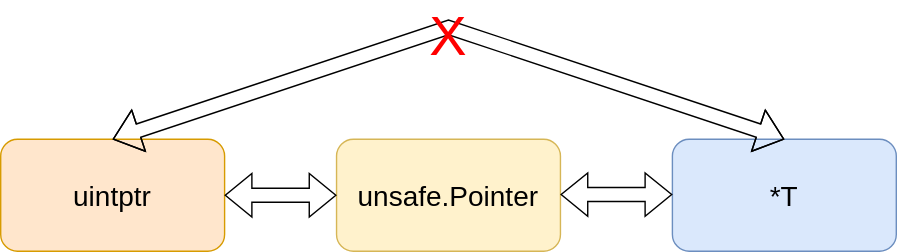
The draw.io diagram advance/doc/go_unsafe.svg in SuanCaiYv/GoBaseLearn, before a commit. Source tidied: cells renumbered, new cells last; positions are measured from the earlier drawing's top-left corner, leaving out a move shared by most shapes. Its diagram source:
```xml
<mxGraphModel>
  <root>
    <mxCell id="0" />
    <mxCell id="1" parent="0" />
    <mxCell id="2" value="&lt;font style=&quot;font-size: 20px&quot;&gt;unsafe.Pointer&lt;/font&gt;" style="rounded=1;whiteSpace=wrap;html=1;fillColor=#fff2cc;strokeColor=#d6b656;" parent="1" vertex="1">
      <mxGeometry x="240" y="90" width="160" height="80" as="geometry" />
    </mxCell>
    <mxCell id="3" value="&lt;font style=&quot;font-size: 20px&quot;&gt;*T&lt;br&gt;&lt;/font&gt;" style="rounded=1;whiteSpace=wrap;html=1;fillColor=#dae8fc;strokeColor=#6c8ebf;" parent="1" vertex="1">
      <mxGeometry x="480" y="90" width="160" height="80" as="geometry" />
    </mxCell>
    <mxCell id="4" value="&lt;font style=&quot;font-size: 20px&quot;&gt;uintptr&lt;/font&gt;" style="rounded=1;whiteSpace=wrap;html=1;fillColor=#ffe6cc;strokeColor=#d79b00;" parent="1" vertex="1">
      <mxGeometry y="90" width="160" height="80" as="geometry" />
    </mxCell>
    <mxCell id="5" style="shape=flexArrow;endArrow=classic;startArrow=classic;html=1;rounded=0;fontSize=20;exitX=1;exitY=0.5;exitDx=0;exitDy=0;entryX=0;entryY=0.5;entryDx=0;entryDy=0;" parent="1" edge="1" source="4" target="2">
      <mxGeometry relative="1" as="geometry" />
    </mxCell>
    <mxCell id="6" style="shape=flexArrow;endArrow=classic;startArrow=classic;html=1;rounded=0;fontSize=20;exitX=1;exitY=0.5;exitDx=0;exitDy=0;entryX=0;entryY=0.5;entryDx=0;entryDy=0;" parent="1" edge="1">
      <mxGeometry relative="1" as="geometry">
        <mxPoint x="400" y="129.5" as="sourcePoint" />
        <mxPoint x="480" y="129.5" as="targetPoint" />
      </mxGeometry>
    </mxCell>
    <mxCell id="7" style="shape=flexArrow;endArrow=classic;startArrow=classic;html=1;rounded=0;fontSize=20;exitX=0.5;exitY=0;exitDx=0;exitDy=0;entryX=0.5;entryY=0;entryDx=0;entryDy=0;" parent="1" edge="1" source="4" target="3">
      <mxGeometry relative="1" as="geometry">
        <Array as="points">
          <mxPoint x="320" y="10" />
        </Array>
      </mxGeometry>
    </mxCell>
    <mxCell id="8" value="&lt;font style=&quot;font-size: 40px&quot; color=&quot;#ff0000&quot;&gt;X&lt;/font&gt;" style="text;html=1;strokeColor=none;fillColor=none;align=center;verticalAlign=middle;whiteSpace=wrap;rounded=0;fontSize=20;" parent="1" vertex="1">
      <mxGeometry x="290" width="60" height="30" as="geometry" />
    </mxCell>
  </root>
</mxGraphModel>
```
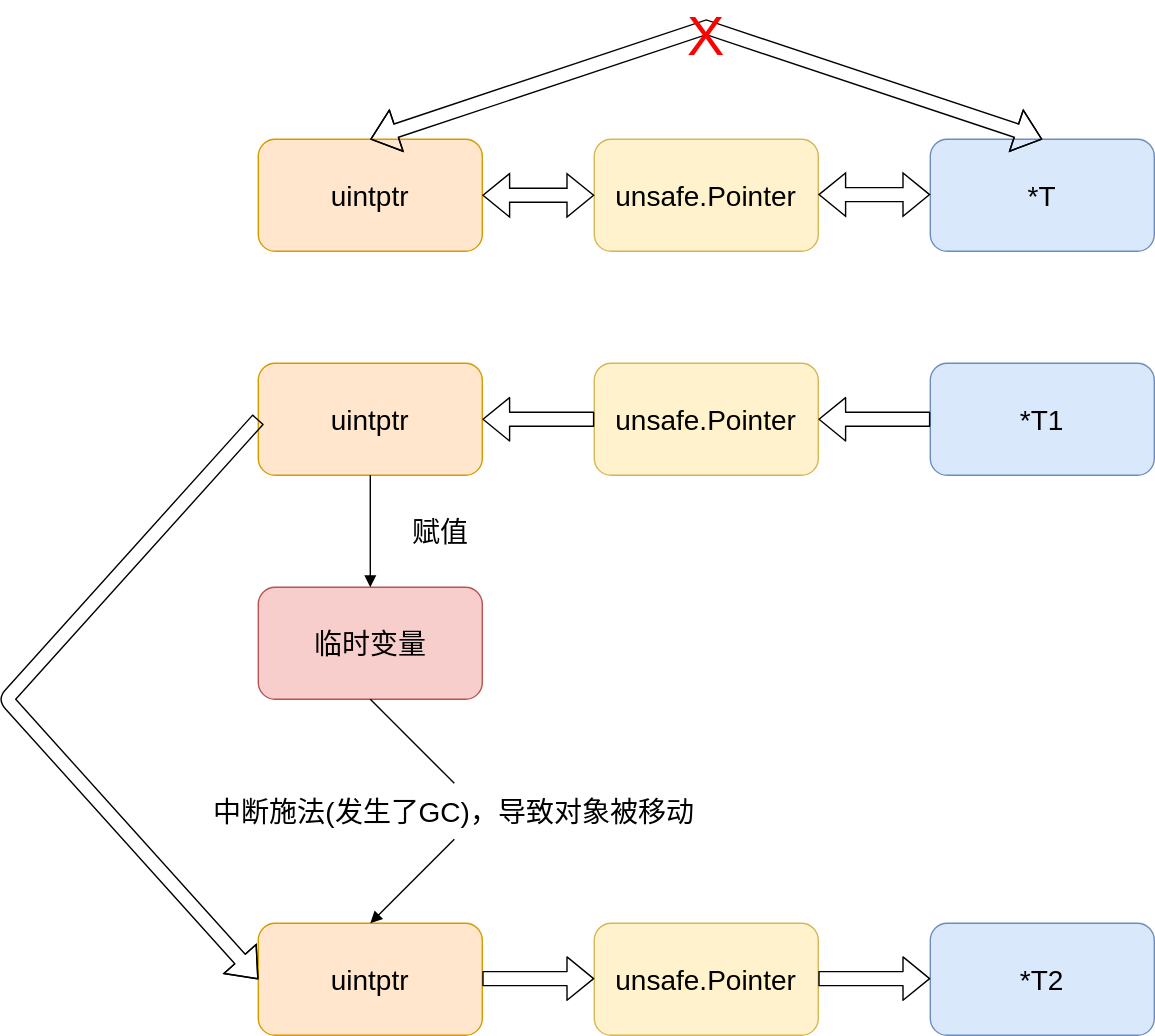
Later version of the same file.

What changed in the source:
```diff
@@ -30,5 +30,68 @@
     <mxCell id="8" value="&lt;font style=&quot;font-size: 40px&quot; color=&quot;#ff0000&quot;&gt;X&lt;/font&gt;" style="text;html=1;strokeColor=none;fillColor=none;align=center;verticalAlign=middle;whiteSpace=wrap;rounded=0;fontSize=20;" parent="1" vertex="1">
       <mxGeometry x="290" width="60" height="30" as="geometry" />
     </mxCell>
+    <mxCell id="9" value="&lt;font style=&quot;font-size: 20px&quot;&gt;unsafe.Pointer&lt;/font&gt;" style="rounded=1;whiteSpace=wrap;html=1;fillColor=#fff2cc;strokeColor=#d6b656;" parent="1" vertex="1">
+      <mxGeometry x="240" y="250" width="160" height="80" as="geometry" />
+    </mxCell>
+    <mxCell id="10" value="&lt;font style=&quot;font-size: 20px&quot;&gt;uintptr&lt;/font&gt;" style="rounded=1;whiteSpace=wrap;html=1;fillColor=#ffe6cc;strokeColor=#d79b00;" parent="1" vertex="1">
+      <mxGeometry y="250" width="160" height="80" as="geometry" />
+    </mxCell>
+    <mxCell id="11" value="&lt;font style=&quot;font-size: 20px&quot;&gt;unsafe.Pointer&lt;/font&gt;" style="rounded=1;whiteSpace=wrap;html=1;fillColor=#fff2cc;strokeColor=#d6b656;" parent="1" vertex="1">
+      <mxGeometry x="240" y="650" width="160" height="80" as="geometry" />
+    </mxCell>
+    <mxCell id="12" value="&lt;font style=&quot;font-size: 20px&quot;&gt;*T1&lt;br&gt;&lt;/font&gt;" style="rounded=1;whiteSpace=wrap;html=1;fillColor=#dae8fc;strokeColor=#6c8ebf;" parent="1" vertex="1">
+      <mxGeometry x="480" y="250" width="160" height="80" as="geometry" />
+    </mxCell>
+    <mxCell id="13" value="&lt;font style=&quot;font-size: 20px&quot;&gt;*T2&lt;br&gt;&lt;/font&gt;" style="rounded=1;whiteSpace=wrap;html=1;fillColor=#dae8fc;strokeColor=#6c8ebf;" parent="1" vertex="1">
+      <mxGeometry x="480" y="650" width="160" height="80" as="geometry" />
+    </mxCell>
+    <mxCell id="14" style="shape=flexArrow;endArrow=classic;html=1;entryX=1;entryY=0.5;entryDx=0;entryDy=0;exitX=0;exitY=0.5;exitDx=0;exitDy=0;" parent="1" edge="1" source="12" target="9">
+      <mxGeometry relative="1" as="geometry" />
+    </mxCell>
+    <mxCell id="15" style="shape=flexArrow;endArrow=classic;html=1;entryX=1;entryY=0.5;entryDx=0;entryDy=0;exitX=0;exitY=0.5;exitDx=0;exitDy=0;" parent="1" edge="1" source="9" target="10">
+      <mxGeometry relative="1" as="geometry" />
+    </mxCell>
+    <mxCell id="16" value="&lt;font style=&quot;font-size: 20px&quot;&gt;临时变量&lt;/font&gt;" style="rounded=1;whiteSpace=wrap;html=1;fillColor=#f8cecc;strokeColor=#b85450;" parent="1" vertex="1">
+      <mxGeometry y="410" width="160" height="80" as="geometry" />
+    </mxCell>
+    <mxCell id="17" value="&lt;font style=&quot;font-size: 20px&quot;&gt;uintptr&lt;/font&gt;" style="rounded=1;whiteSpace=wrap;html=1;fillColor=#ffe6cc;strokeColor=#d79b00;" parent="1" vertex="1">
+      <mxGeometry y="650" width="160" height="80" as="geometry" />
+    </mxCell>
+    <mxCell id="18" style="endArrow=block;html=1;exitX=0.5;exitY=1;exitDx=0;exitDy=0;entryX=0.5;entryY=0;entryDx=0;entryDy=0;endFill=1;" parent="1" edge="1" source="10" target="16">
+      <mxGeometry relative="1" as="geometry" />
+    </mxCell>
+    <mxCell id="19" value="&lt;font style=&quot;font-size: 20px&quot;&gt;赋值&lt;/font&gt;" style="text;html=1;strokeColor=none;fillColor=none;align=center;verticalAlign=middle;whiteSpace=wrap;rounded=0;" parent="1" vertex="1">
+      <mxGeometry x="80" y="350" width="100" height="40" as="geometry" />
+    </mxCell>
+    <mxCell id="20" style="endArrow=block;html=1;exitX=0.5;exitY=1;exitDx=0;exitDy=0;entryX=0.5;entryY=0;entryDx=0;entryDy=0;endFill=1;startArrow=none;" parent="1" edge="1" source="21">
+      <mxGeometry relative="1" as="geometry">
+        <mxPoint x="80" y="650" as="targetPoint" />
+      </mxGeometry>
+    </mxCell>
+    <mxCell id="21" value="&lt;font style=&quot;font-size: 20px&quot;&gt;中断施法(发生了GC)，导致对象被移动&lt;/font&gt;" style="text;html=1;strokeColor=none;fillColor=none;align=center;verticalAlign=middle;whiteSpace=wrap;rounded=0;" parent="1" vertex="1">
+      <mxGeometry x="-40" y="550" width="360" height="40" as="geometry" />
+    </mxCell>
+    <mxCell id="22" style="endArrow=none;html=1;exitX=0.5;exitY=1;exitDx=0;exitDy=0;entryX=0.5;entryY=0;entryDx=0;entryDy=0;endFill=1;" parent="1" edge="1" source="16" target="21">
+      <mxGeometry relative="1" as="geometry" />
+    </mxCell>
+    <mxCell id="23" style="shape=flexArrow;endArrow=classic;html=1;entryX=1;entryY=0.5;entryDx=0;entryDy=0;exitX=0;exitY=0.5;exitDx=0;exitDy=0;" parent="1" edge="1">
+      <mxGeometry relative="1" as="geometry">
+        <mxPoint x="160" y="689.5" as="sourcePoint" />
+        <mxPoint x="240" y="689.5" as="targetPoint" />
+      </mxGeometry>
+    </mxCell>
+    <mxCell id="24" style="shape=flexArrow;endArrow=classic;html=1;entryX=1;entryY=0.5;entryDx=0;entryDy=0;exitX=0;exitY=0.5;exitDx=0;exitDy=0;" parent="1" edge="1">
+      <mxGeometry relative="1" as="geometry">
+        <mxPoint x="400" y="689.5" as="sourcePoint" />
+        <mxPoint x="480" y="689.5" as="targetPoint" />
+      </mxGeometry>
+    </mxCell>
+    <mxCell id="25" style="shape=flexArrow;endArrow=classic;html=1;entryX=0;entryY=0.5;entryDx=0;entryDy=0;exitX=0;exitY=0.5;exitDx=0;exitDy=0;" parent="1" edge="1" source="10" target="17">
+      <mxGeometry relative="1" as="geometry">
+        <Array as="points">
+          <mxPoint x="-180" y="490" />
+        </Array>
+      </mxGeometry>
+    </mxCell>
   </root>
 </mxGraphModel>
```
